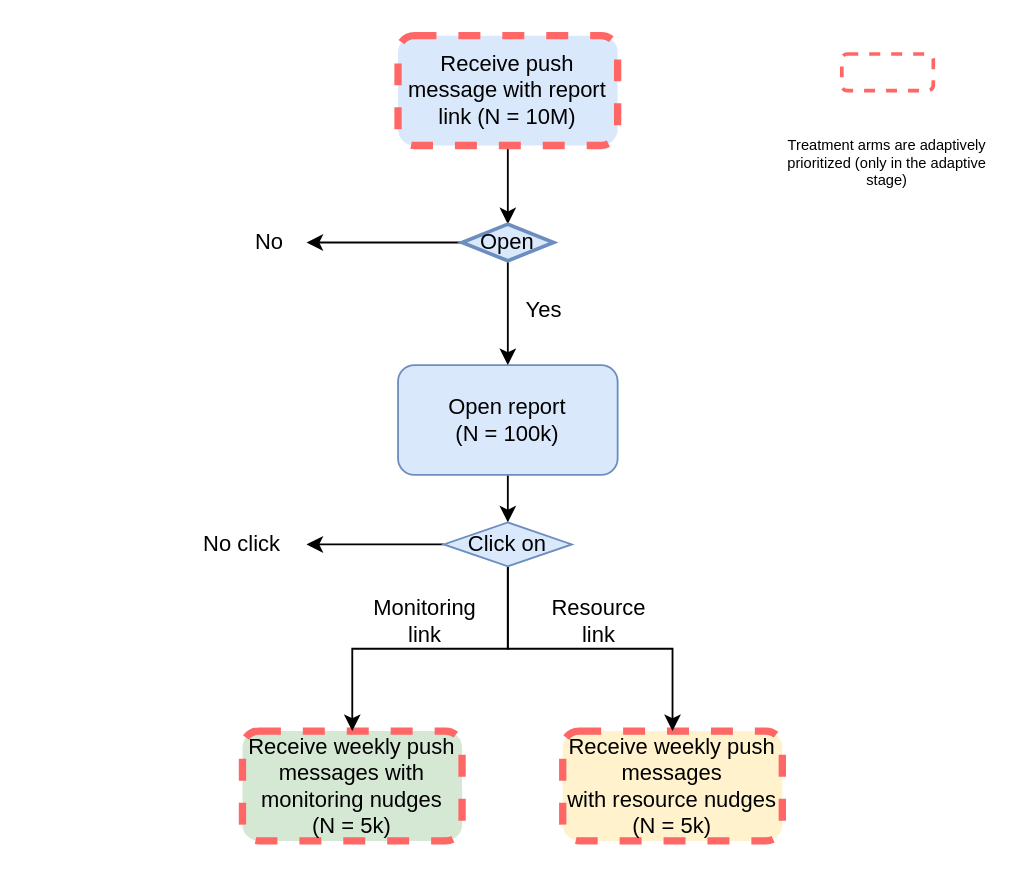
Before: parent_nudge_stages.drawio in henrishi/drawio, a draw.io diagram. Source tidied: cells renumbered, new cells numbered last; positions are measured from the earlier drawing's top-left corner, leaving out a move shared by most shapes. Both pictures are drawn from the tidied source at 183%, with x=0, y=0 at pixel (178, 35).
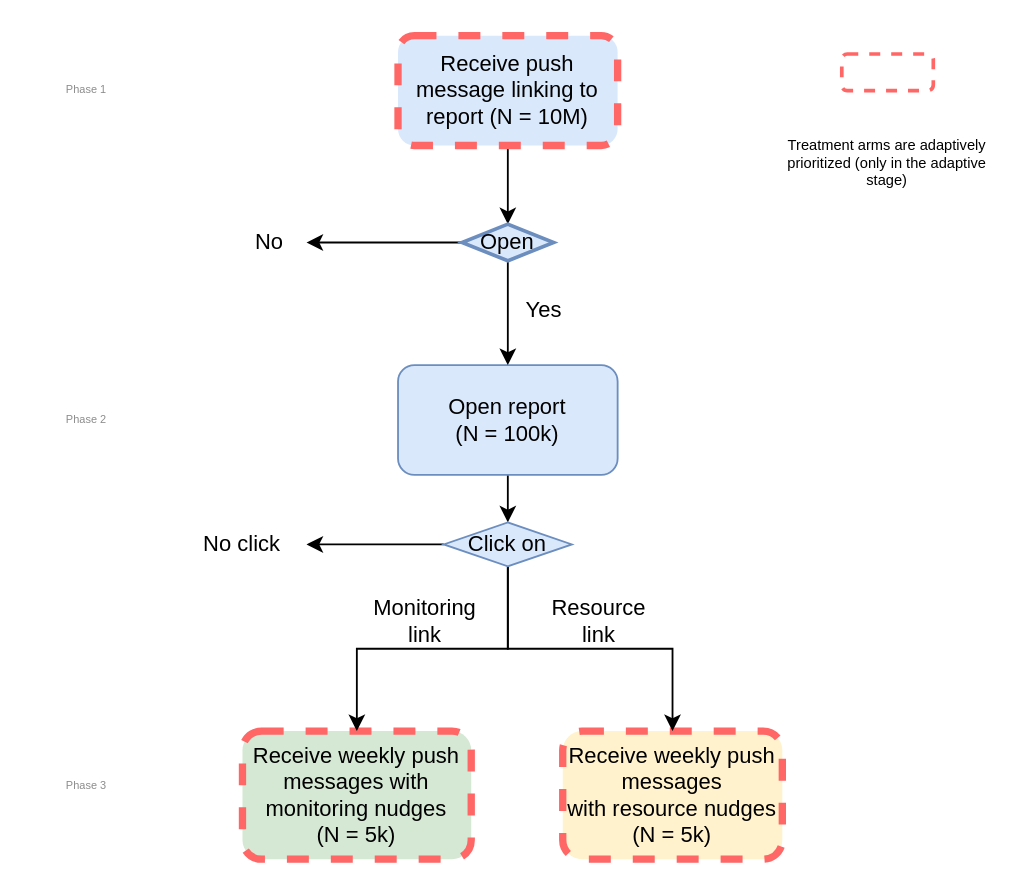
The same page after the edit.

Change to the diagram source:
```diff
@@
-    <mxCell id="3" value="Receive push message with report link (N = 10M)" style="rounded=1;whiteSpace=wrap;html=1;fillColor=#dae8fc;dashed=1;strokeColor=#FF6666;strokeWidth=4;" parent="1" vertex="1">
+    <mxCell id="3" value="Receive push message linking to report (N = 10M)" style="rounded=1;whiteSpace=wrap;html=1;fillColor=#dae8fc;dashed=1;strokeColor=#FF6666;strokeWidth=4;" parent="1" vertex="1">
       <mxGeometry x="120" width="120" height="60" as="geometry" />
     </mxCell>
@@
     <mxCell id="6" value="Receive weekly push messages with monitoring nudges &lt;br&gt;(N = 5k)" style="rounded=1;whiteSpace=wrap;html=1;fillColor=#d5e8d4;strokeColor=#FF6666;dashed=1;strokeWidth=4;" parent="1" vertex="1">
-      <mxGeometry x="35" y="380" width="120" height="60" as="geometry" />
+      <mxGeometry x="35" y="380" width="125" height="70" as="geometry" />
     </mxCell>
@@
     <mxCell id="12" value="Receive weekly push messages&lt;br&gt;with resource nudges&lt;br&gt;(N = 5k)" style="rounded=1;whiteSpace=wrap;html=1;fillColor=#fff2cc;strokeColor=#FF6666;dashed=1;strokeWidth=4;" parent="1" vertex="1">
-      <mxGeometry x="210" y="380" width="120" height="60" as="geometry" />
+      <mxGeometry x="210" y="380" width="120" height="70" as="geometry" />
     </mxCell>
@@
+    <mxCell id="22" value="Phase 1" style="text;html=1;strokeColor=none;fillColor=none;align=center;verticalAlign=middle;whiteSpace=wrap;rounded=0;dashed=1;fontSize=6;fontColor=#8C8C8C;" parent="1" vertex="1">
+      <mxGeometry x="-80" y="20" width="60" height="20" as="geometry" />
+    </mxCell>
+    <mxCell id="23" value="Phase 2" style="text;html=1;strokeColor=none;fillColor=none;align=center;verticalAlign=middle;whiteSpace=wrap;rounded=0;dashed=1;fontSize=6;fontColor=#8C8C8C;" parent="1" vertex="1">
+      <mxGeometry x="-80" y="200" width="60" height="20" as="geometry" />
+    </mxCell>
+    <mxCell id="24" value="Phase 3" style="text;html=1;strokeColor=none;fillColor=none;align=center;verticalAlign=middle;whiteSpace=wrap;rounded=0;dashed=1;fontSize=6;fontColor=#8C8C8C;" parent="1" vertex="1">
+      <mxGeometry x="-80" y="400" width="60" height="20" as="geometry" />
+    </mxCell>
```
